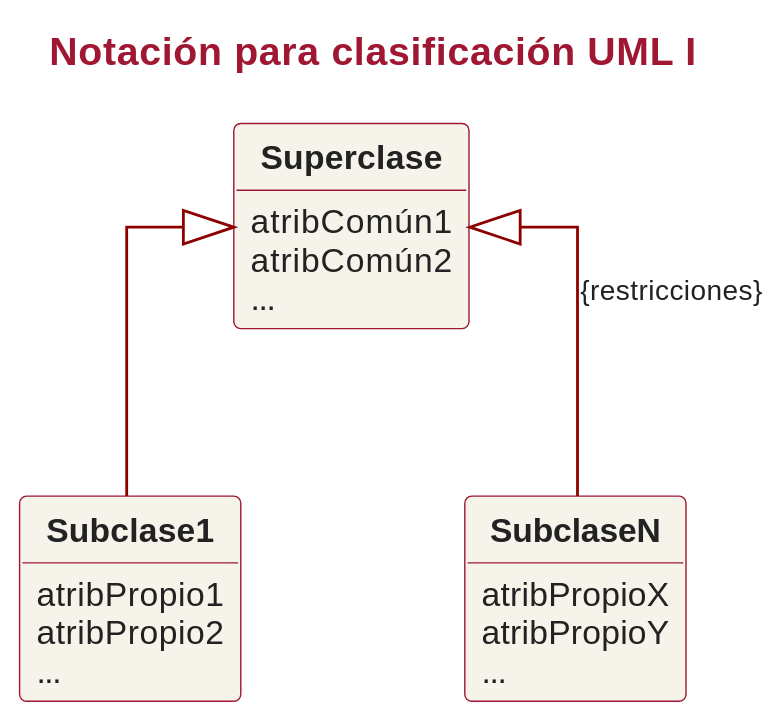
The PlantUML diagram assets/slides/iissi1/t6-introduccion-al-modelado-conceptual/puml/dc-notacion-clasificacion-uml-I.svg in IISSI-US/web, before a commit.
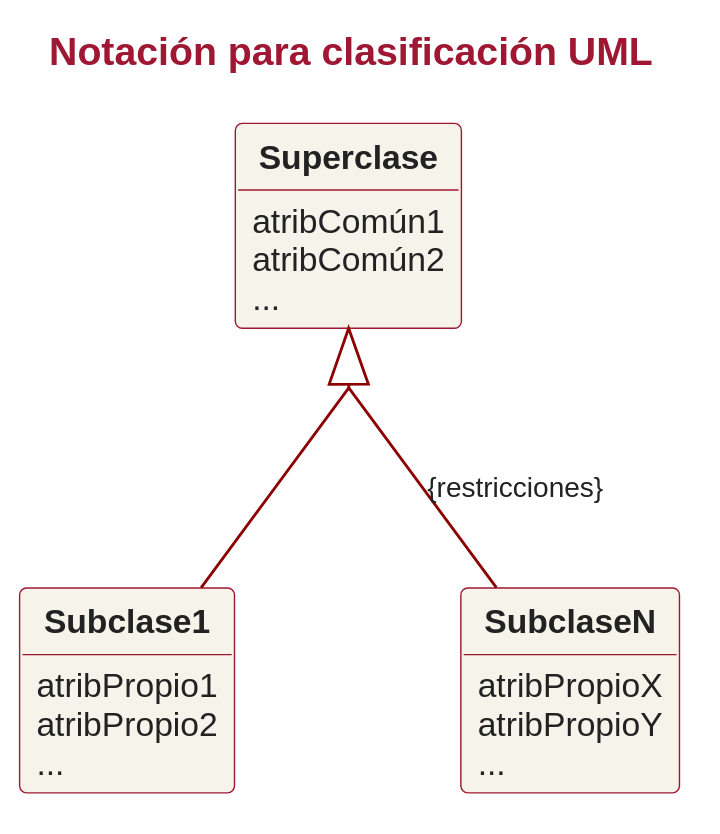
The same file after the commit.

Diff of the diagram source:
```diff
@@ -1,10 +1,23 @@
 @startuml
-title Notación para clasificación UML I
+title Notación para clasificación UML
 !include ../../puml/teoria.iuml
+skinparam linetype polyline
 
-!include Superclase.iuml
-!include Subclase1.iuml
-!include SubclaseN.iuml
+Class Superclase{
+  atribComún1
+  atribComún2
+  ...
+}
+Class Subclase1{
+  atribPropio1
+  atribPropio2
+  ...
+}
+Class SubclaseN{
+  atribPropioX
+  atribPropioY
+  ...
+}
 
 Superclase <|-- Subclase1
 Superclase <|-- SubclaseN : {restricciones}
```
